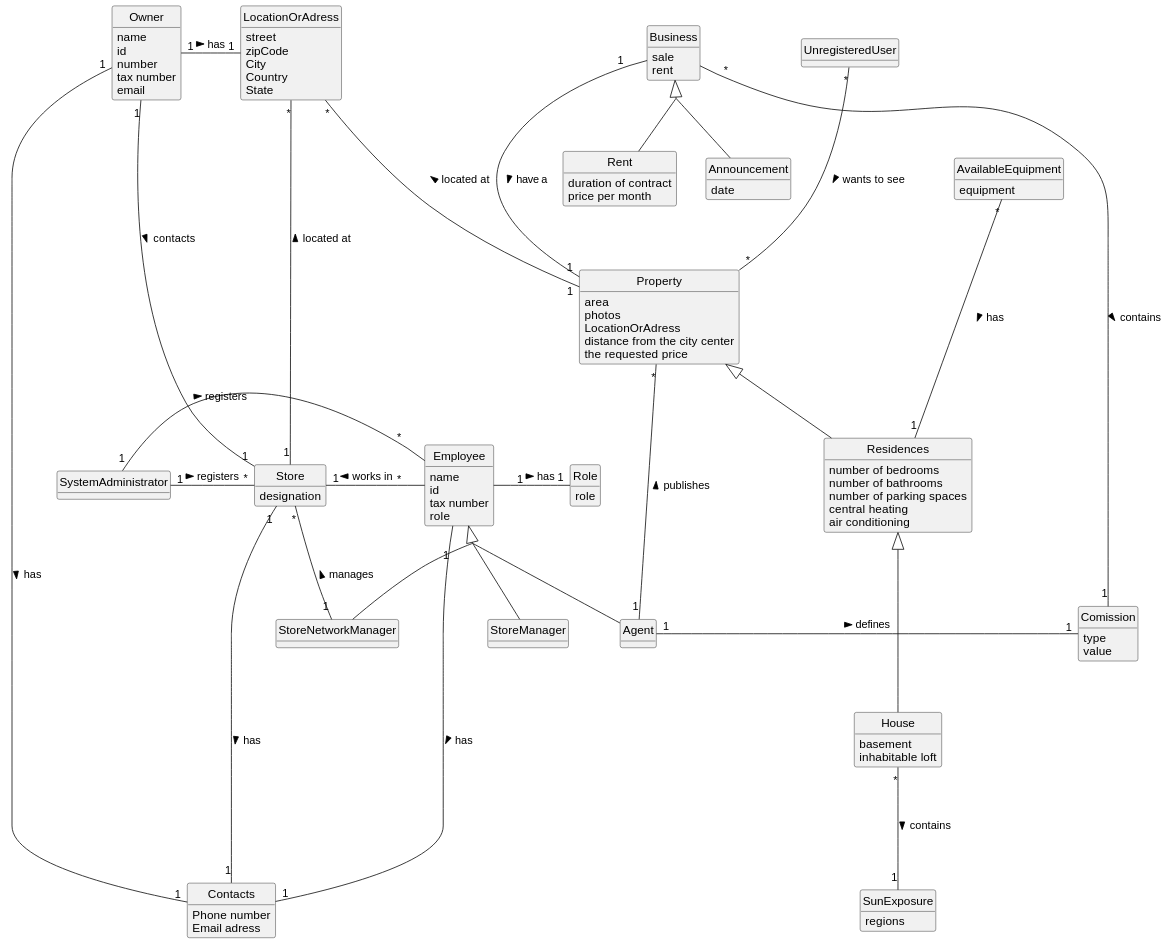
The PlantUML diagram docs/sprintA/global-artifacts/02.analysis/svg/project-domain-model.svg in PureNimble/ISEP-LAPR2, before a commit.
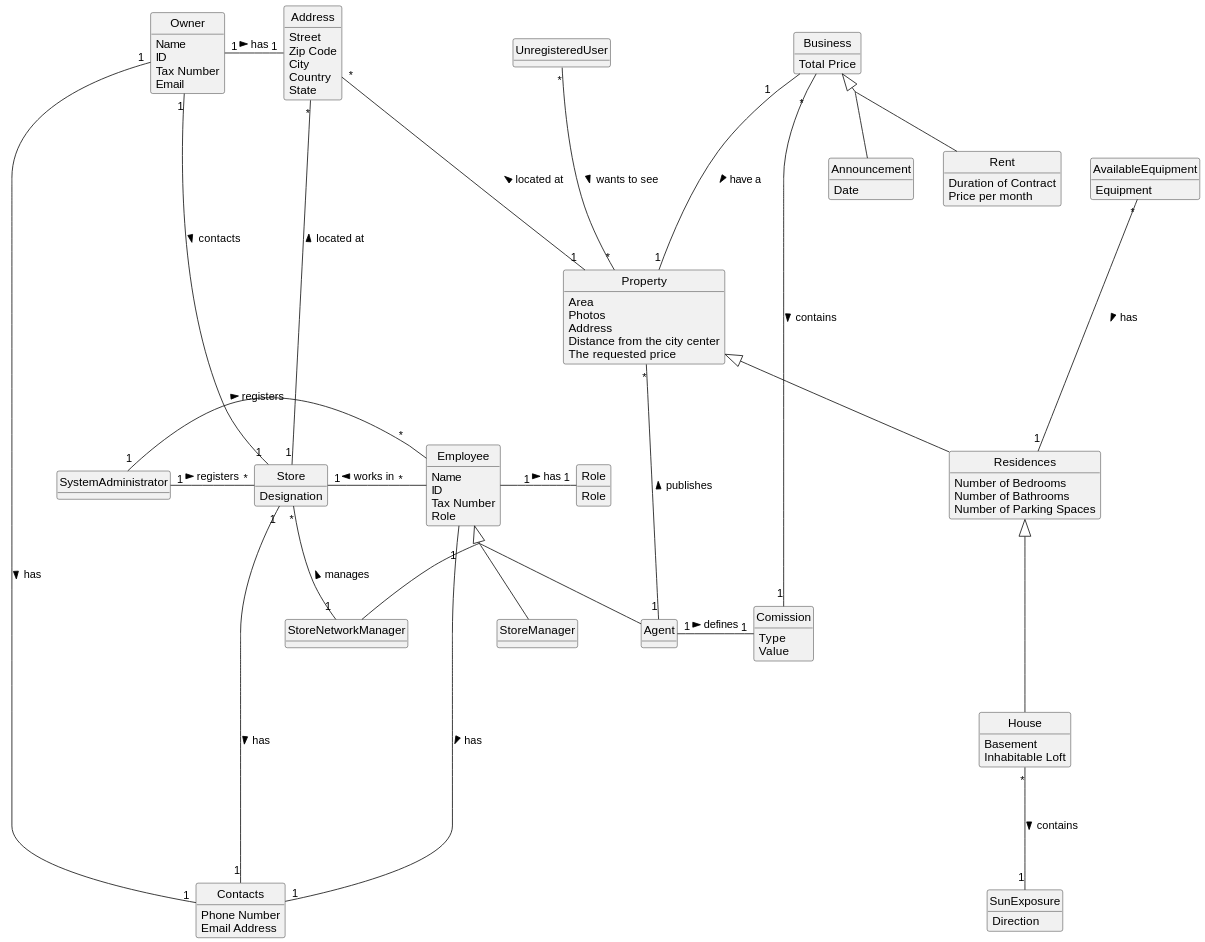
After the commit.

Commit message:
Update domain model.puml and .svg 02. analysis global artifacts

Change to the diagram source:
```diff
@@ -4,202 +4,195 @@
 skinparam packageStyle rectangle
 skinparam shadowing false
 skinparam classAttributeIconSize 0
+
+
+
 hide circle
 hide methods
 
-class Contacts
 
-class Rent
 
+class Address
+class Agent
 class Announcement
-
 class AvailableEquipment
 
 class Business
 
-class UnregisteredUser
+class Comission
+class Contacts
 
-class SystemAdministrator
+class Employee
 
-class Agent
-
-class Store
-
-class StoreManager
+class House
 
 class Owner
 
-class StoreNetworkManager
-
-class House
-
-class SunExposure
-
-class LocationOrAdress
-
-class Employee
-
 class Property
 
+class Rent
 class Residences
-
 class Role
 
-class Comission
+class Store
+class StoreManager
+class StoreNetworkManager
+class SunExposure
+class SystemAdministrator
 
-class Rent{
-duration of contract
-price per month
-}
-
-class SystemAdministrator{
-}
-
-class Employee{
-name
-id
-tax number
-role
-}
-
-class Agent{
-
-}
-
-class Store{
-designation
-}
-
-class StoreManager{
-
-}
+class UnregisteredUser
 
 
-class Owner{
-name
-id
-number
-tax number
-email
-}
 
-class StoreNetworkManager{
-}
-
-class House{
-basement
-inhabitable loft
-}
-
-
-class SunExposure{
-regions
-}
-
-
-class LocationOrAdress{
-street
-zipCode
+class Address {
+Street
+Zip Code
 City
 Country
 State
 }
 
-class Property {
-   area
-   photos
-   LocationOrAdress
-   distance from the city center
-   the requested price
+class Agent {
 }
 
-class Residences{
-number of bedrooms
-number of bathrooms
-number of parking spaces
-central heating
-air conditioning
+class Announcement {
+Date
 }
 
-class UnregisteredUser{
-}
-
-class Role{
-role
-}
-
-class AvailableEquipment{
-equipment
-}
-
-class Business{
-sale
-rent
-}
-
-class Announcement{
-date
-}
-
-class Comission{
-    type
-    value
-}
-
-class Contacts{
- Phone number
- Email adress
+class AvailableEquipment {
+Equipment
 }
 
 
-SystemAdministrator "1" - "*" Store : registers >
 
-LocationOrAdress "*" --- "1" Store : located at <
+class Business {
+Total Price
+}
 
-Store "1" - "*" Employee : works in <
 
-SystemAdministrator "1" - "*" Employee : registers >
 
-Employee "1" - "1" Role : has >
+class Comission {
+Type
+Value
+}
 
-Employee <|--  StoreNetworkManager
+class Contacts {
+Phone Number
+Email Address
+}
 
-Employee <|--  StoreManager
 
-Employee <|-- Agent
 
-Residences <|--- House
-Property <|-- Residences
+class Employee {
+Name
+ID
+Tax Number
+Role
+}
 
-Property "*" --- "1" Agent: publishes <
 
+
+class House {
+Basement
+Inhabitable Loft
+}
+
+
+
+class Owner {
+Name
+ID
+Tax Number
+Email
+}
+
+
+
+class Property {
+Area
+Photos
+Address
+Distance from the city center
+The requested price
+}
+
+
+
+class Rent {
+Duration of Contract
+Price per month
+}
+
+class Residences {
+Number of Bedrooms
+Number of Bathrooms
+Number of Parking Spaces
+
+}
+
+class Role {
+Role
+}
+
+
+
+class Store {
+Designation
+}
+
+class StoreManager {
+}
+
+class StoreNetworkManager {
+}
+
+class SunExposure {
+Direction
+}
+
+class SystemAdministrator {
+}
+
+
+
+class UnregisteredUser {
+}
+
+
+
+Address "*" --- "1" Store : located at <
+Address "*" --- "1" Property : located at <
+Agent "1" - "1" Comission : defines >
 AvailableEquipment "*" --- "1" Residences: has >
 
 Business  <|--  Announcement
+Business "1" --- "1" Property : have a >
+Business "*" --- "1" Comission : contains >
+Business <|-- Rent
 
-Business "1" --- "1" Property : have a >
+Contacts "1" ----- "1" Store: has <
 
-Business "*" --- "1" Comission : contains >
-
-Agent "1" - "1" Comission : defines >
+Employee "1" - "1" Role : has >
+Employee <|--  StoreNetworkManager
+Employee <|--  StoreManager
+Employee <|-- Agent
+Employee "1" -- "1" Contacts: has >
 
 House "*" --- "1" SunExposure : contains >
 
-LocationOrAdress "*" --- "1" Property : located at <
+Owner "1" ---- "1" Store: contacts >
+Owner "1" - "1" Address: has >
+Owner "1" -- "1" Contacts: has >
+
+Property <|-- Residences
+Property "*" --- "1" Agent: publishes <
+
+Residences <|--- House
+
+Store "1" - "*" Employee : works in <
+Store "*" - "1" StoreNetworkManager  : manages <
+SystemAdministrator "1" - "*" Store : registers >
+SystemAdministrator "1" - "*" Employee : registers >
 
 UnregisteredUser "*" --- "*" Property: wants to see >
-
-Business <|-- Rent
-
-Owner "1" ---- "1" Store: contacts >
-
-Owner "1" - "1" LocationOrAdress: has >
-
-Owner "1" -- "1" Contacts: has >
-
-Contacts "1" ----- "1" Store: has <
-
-Employee "1" -- "1" Contacts: has >
-
-Store "*" - "1" StoreNetworkManager  : manages <
 @enduml
```
